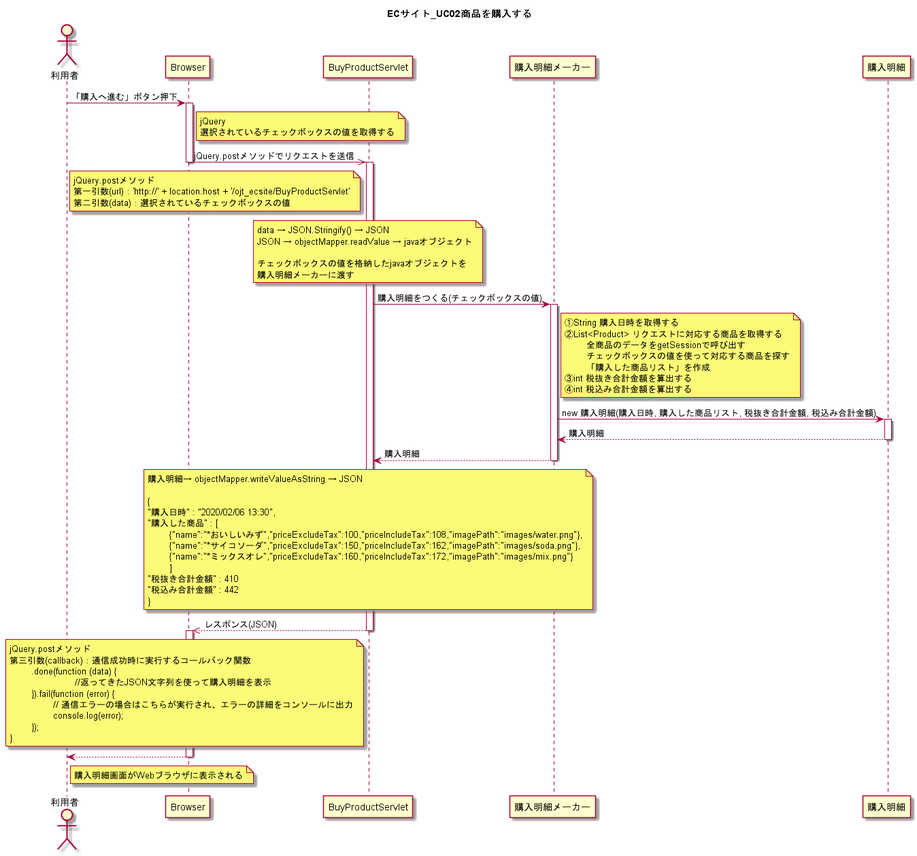
Before: UML/ECサイト_UC02商品を購入する.png, a diagram exported from PlantUML (wnakayama/ojt_ecsite).
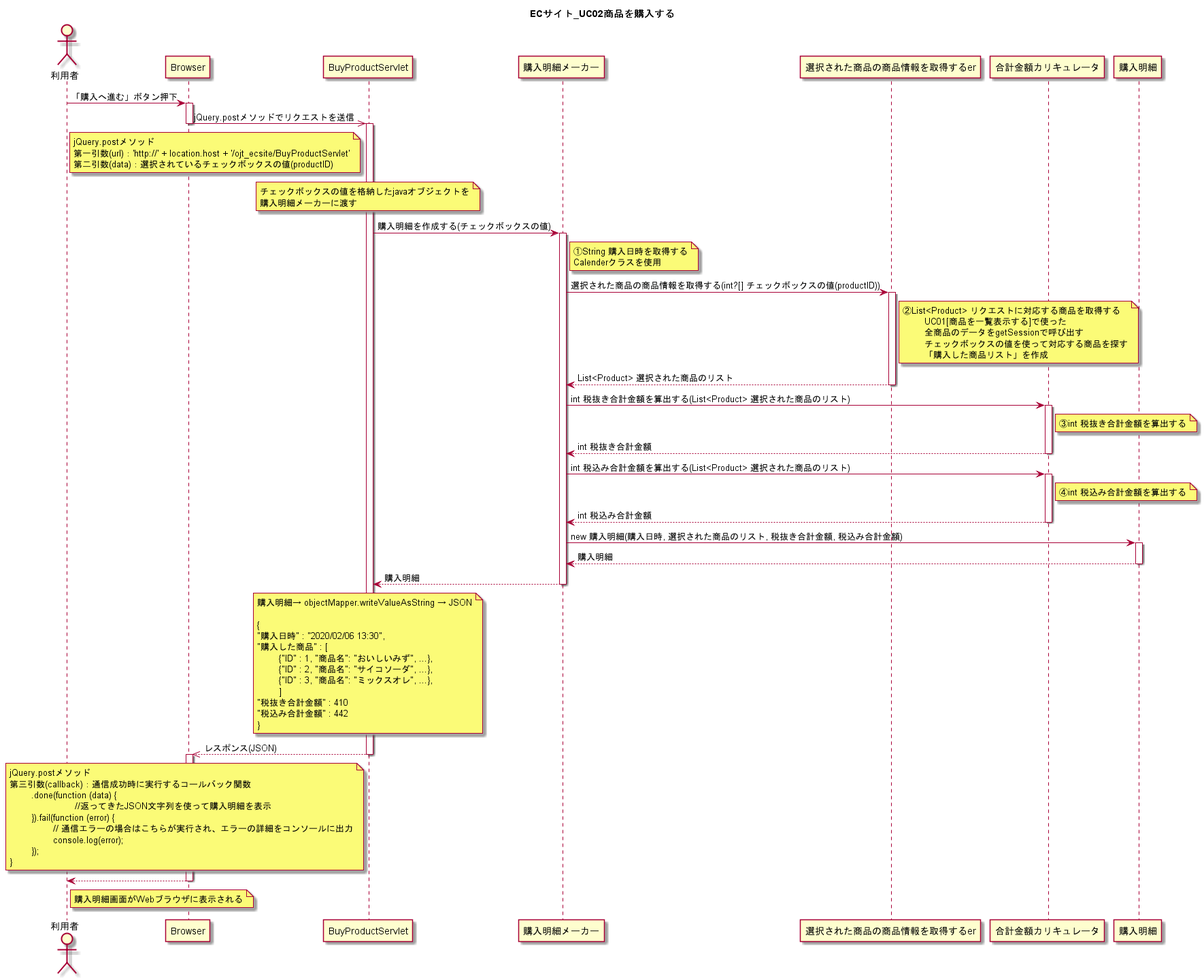
Above is the later version.

The edit, as a diff of the source:
```diff
@@ -5,10 +5,6 @@
 
 利用者 -> Browser : 「購入へ進む」ボタン押下
 activate Browser
-	note right of Browser
-	jQuery
-	選択されているチェックボックスの値を取得する
-	end note
 
 Browser ->> BuyProductServlet : jQuery.postメソッドでリクエストを送信
 deactivate Browser
@@ -17,32 +13,53 @@
 	note left of BuyProductServlet
 	jQuery.postメソッド
 	第一引数(url)：'http://' + location.host + '/ojt_ecsite/BuyProductServlet'
-	第二引数(data)：選択されているチェックボックスの値
+	第二引数(data)：選択されているチェックボックスの値(productID)
 	end note
 
 	note over BuyProductServlet
-	data → JSON.Stringify() → JSON
-	JSON → objectMapper.readValue → javaオブジェクト
-
 	チェックボックスの値を格納したjavaオブジェクトを
 	購入明細メーカーに渡す
 	end note
 
-BuyProductServlet -> 購入明細メーカー : 購入明細をつくる(チェックボックスの値)
+BuyProductServlet -> 購入明細メーカー : 購入明細を作成する(チェックボックスの値)
 activate 購入明細メーカー
 
 	note right of 購入明細メーカー
 	①String 購入日時を取得する
+	Calenderクラスを使用
+	end note
+
+
+購入明細メーカー -> 選択された商品の商品情報を取得するer : 選択された商品の商品情報を取得する(int?[] チェックボックスの値(productID))
+activate 選択された商品の商品情報を取得するer
+	note right of 選択された商品の商品情報を取得するer
 	②List<Product> リクエストに対応する商品を取得する
+		UC01[商品を一覧表示する]で使った
 		全商品のデータをgetSessionで呼び出す
 		チェックボックスの値を使って対応する商品を探す
 		「購入した商品リスト」を作成
+	end note
+購入明細メーカー <-- 選択された商品の商品情報を取得するer : List<Product> 選択された商品のリスト
+deactivate 選択された商品の商品情報を取得するer
+
+購入明細メーカー -> 合計金額カリキュレータ : int 税抜き合計金額を算出する(List<Product> 選択された商品のリスト)
+activate 合計金額カリキュレータ
+	note right of 合計金額カリキュレータ
 	③int 税抜き合計金額を算出する
+	end note
+購入明細メーカー <-- 合計金額カリキュレータ : int 税抜き合計金額
+deactivate 合計金額カリキュレータ
+
+購入明細メーカー -> 合計金額カリキュレータ : int 税込み合計金額を算出する(List<Product> 選択された商品のリスト)
+activate 合計金額カリキュレータ
+	note right of 合計金額カリキュレータ
 	④int 税込み合計金額を算出する
 	end note
+購入明細メーカー <-- 合計金額カリキュレータ : int 税込み合計金額
+deactivate 合計金額カリキュレータ
 
 
-購入明細メーカー -> 購入明細 : new 購入明細(購入日時, 購入した商品リスト, 税抜き合計金額, 税込み合計金額)
+購入明細メーカー -> 購入明細 : new 購入明細(購入日時, 選択された商品のリスト, 税抜き合計金額, 税込み合計金額)
 activate 購入明細
 購入明細メーカー <-- 購入明細 : 購入明細
 deactivate 購入明細
@@ -56,9 +73,9 @@
 	{
 	"購入日時" : "2020/02/06 13:30",
 	"購入した商品" : [
-		{"name":"*おいしいみず","priceExcludeTax":100,"priceIncludeTax":108,"imagePath":"images/water.png"},
-		{"name":"*サイコソーダ","priceExcludeTax":150,"priceIncludeTax":162,"imagePath":"images/soda.png"},
-		{"name":"*ミックスオレ","priceExcludeTax":160,"priceIncludeTax":172,"imagePath":"images/mix.png"}
+		{"ID" : 1, "商品名": "おいしいみず", ...},
+		{"ID" : 2, "商品名": "サイコソーダ", ...},
+		{"ID" : 3, "商品名": "ミックスオレ", ...},
 		]
 	"税抜き合計金額" : 410
 	"税込み合計金額" : 442
```
